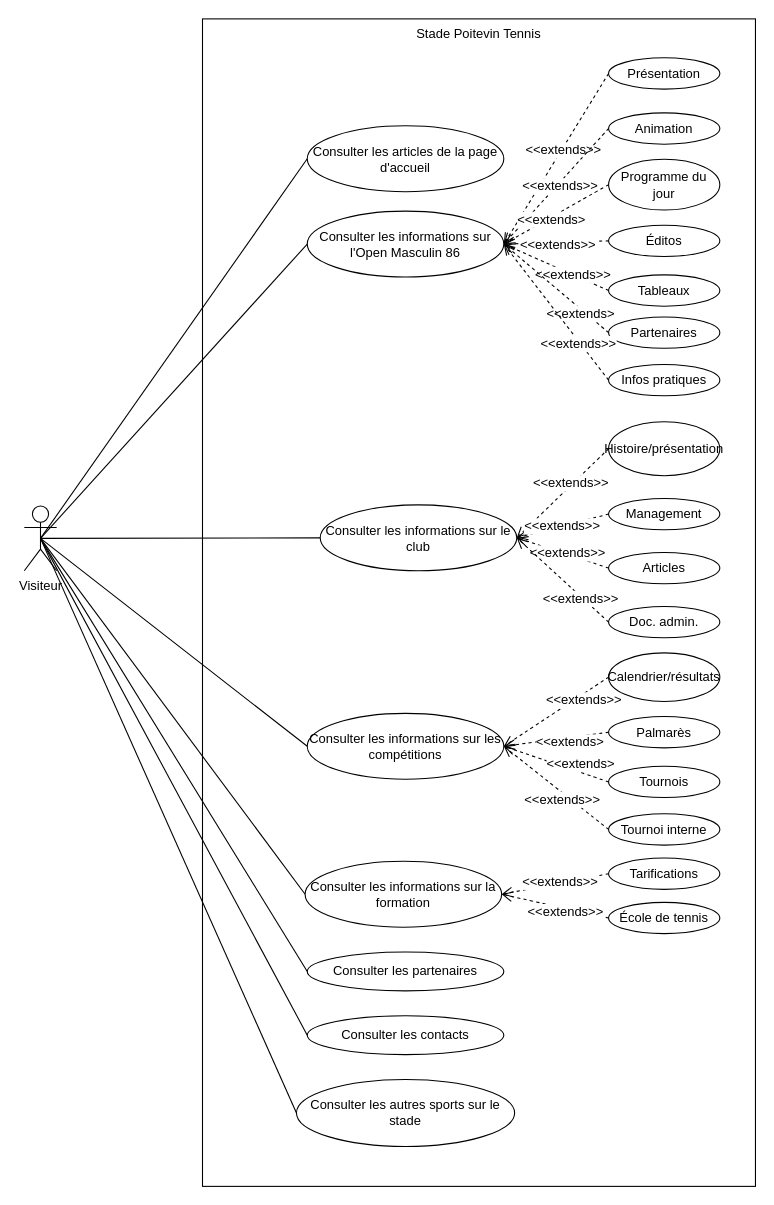
Before: analyse/diagramme-cu.drawio in mmia-univ-s3/sae2-tennis, a draw.io diagram. Source tidied: cells renumbered, new cells numbered last; positions are measured from the earlier drawing's top-left corner, leaving out a move shared by most shapes. Both pictures are drawn from the tidied source at 108%, with x=0, y=0 at pixel (24, 18).
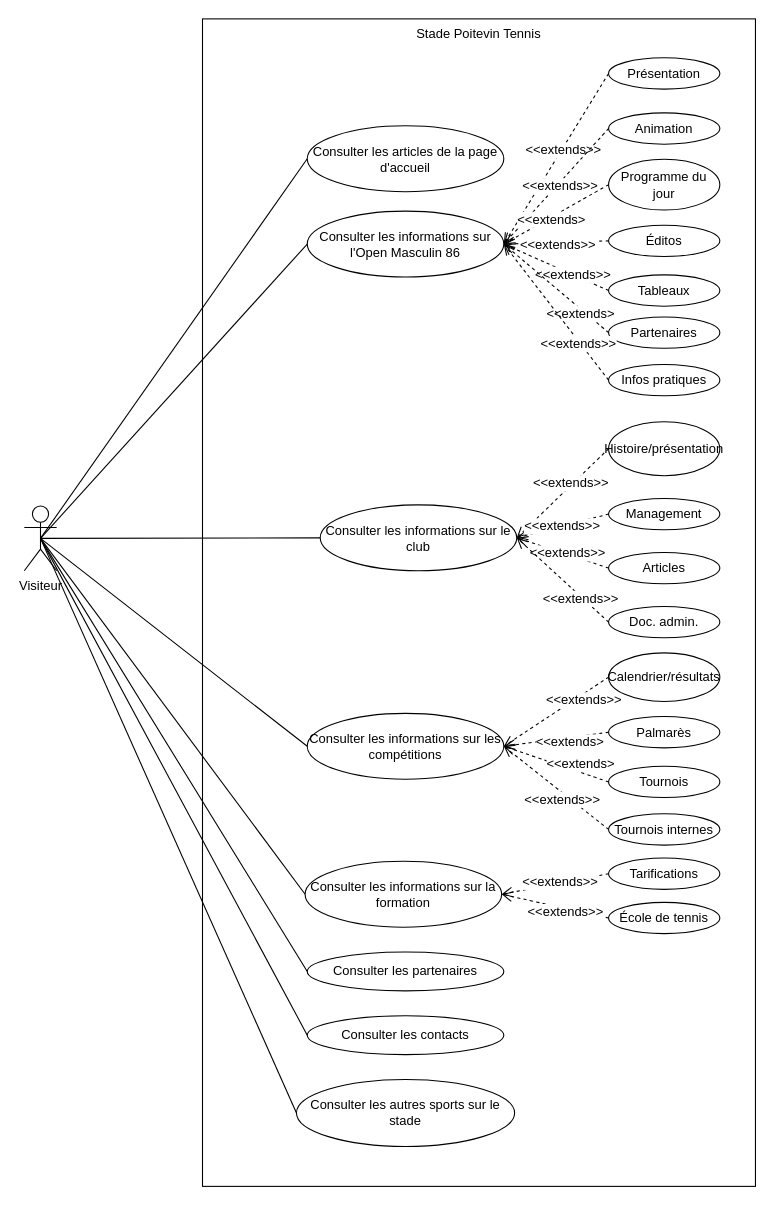
The same diagram, later.

Commit message (it also covers changes not shown here):
Correction erreur orthographe dans diagramme CU

What changed in the source:
```diff
@@
-    <mxCell id="60" value="Tournoi interne" style="ellipse;html=1;whiteSpace=wrap;" parent="1" vertex="1">
+    <mxCell id="60" value="Tournois internes" style="ellipse;html=1;whiteSpace=wrap;" parent="1" vertex="1">
       <mxGeometry x="541" y="736" width="103" height="29" as="geometry" />
     </mxCell>
```
